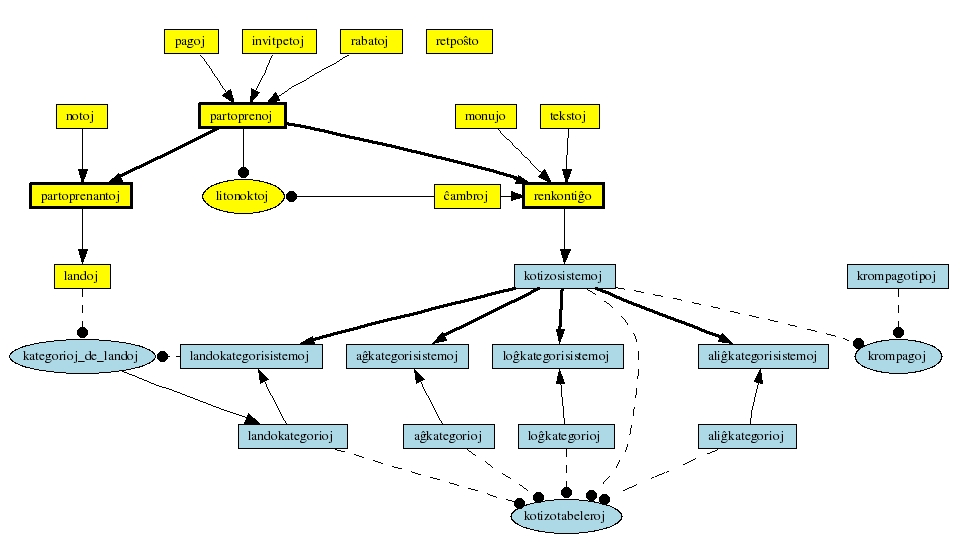
Before: doku/strukturo-kotizosistemo.png, a diagram exported from Graphviz (ePaul/aligilo). Its source is kept beside it as doku/strukturo-kotizosistemo.dot. Its diagram source:
```dot
/*
* datumbaz-strukturo por la nova kotizosistemo
*
* Uzenda per dot (ne neato, fdp, ktp.)
*/

digraph G {

splines=true;

fontsize=10;


node [shape=rect, fillcolor=yellow, style=filled, height=0,
      width=0, fontsize=10 ];

 graph [style=invis];


subgraph Kotizosistemo {
        node [fillcolor=lightblue];

        kategorioj_de_landoj [shape=ellipse];
        kotizotabeleroj[shape=ellipse];


        kategorioj_de_landoj-> landokategorioj;

        kotizosistemoj -> aliĝkategorisistemoj [ weight=2, style=bold];
        kotizosistemoj -> aĝkategorisistemoj [ weight=2, style=bold];
        kotizosistemoj -> loĝkategorisistemoj [ weight=2, style=bold];
        kotizosistemoj -> landokategorisistemoj[weight=2, style=bold];


        edge[dir=back]

        aliĝkategorisistemoj  -> aliĝkategorioj ;
        aĝkategorisistemoj    -> aĝkategorioj   ;
        loĝkategorisistemoj   -> loĝkategorioj  ;
        landokategorisistemoj -> landokategorioj;


        edge [weight=2, style="dashed", dir=forward, arrowhead=dot];

        kotizosistemoj -> kotizotabeleroj;
        aliĝkategorioj -> kotizotabeleroj;
        aĝkategorioj   -> kotizotabeleroj;
        loĝkategorioj  -> kotizotabeleroj;
        landokategorioj-> kotizotabeleroj;

        landokategorisistemoj -> kategorioj_de_landoj [constraint=false];


        krompagoj[shape=ellipse];

        krompagotipoj -> krompagoj;
        kotizosistemoj -> krompagoj;

}

/*
subgraph cluster_entajpantoj {
        node [fillcolor=green];
        entajpantoj;
        protokolo;
        serĉoj -> entajpantoj;
        protokolo -> entajpantoj;

}
*/


/*subgraph isdatumbazo { */
        node [style="bold, filled"]

        partoprenoj;
        renkontiĝo;
        partoprenantoj;

        node [style=filled];

        subgraph cluster_partoprenoj {
                partoprenoj;
                rabatoj;
                invitpetoj;
                pagoj;
                litonoktoj[shape=ellipse];
/*                {rank="same";  partoprenoj; litonoktoj;} */
        }
        subgraph cluster_partoprenantoj {
                partoprenantoj;
                notoj;
                landoj;
        }

        subgraph cluster_renkontigxo {
                tekstoj;
                monujo;
                renkontiĝo;
                ĉambroj;
                {rank=same;
                        renkontiĝo
                        ĉambroj;}
                }


        monujo -> renkontiĝo [weight=3];
        tekstoj -> renkontiĝo [weight=3];
        ĉambroj -> renkontiĝo [weight=3];

        partoprenoj -> partoprenantoj [weight=2, style=bold];
        partoprenoj-> renkontiĝo  [weight=1, style=bold];
        pagoj -> partoprenoj;
        rabatoj -> partoprenoj;
/*        partoprenoj -> notoj[style=invis]; */


        notoj -> partoprenantoj [constraint=true];
        invitpetoj -> partoprenoj;
        partoprenantoj -> landoj;

retpoŝto;


{
edge[arrowhead=dot, arrowtail=none];

ĉambroj -> litonoktoj;
partoprenoj -> litonoktoj;


}


/*ĉambroj -> tekstoj [style=invis]; */


/*
{rank=same;
        notoj;
        partoprenantoj;
}
{rank="same"; entajpantoj; kotizosistemoj; }
{rank="same"; litonoktoj; ĉambroj; partoprenoj;
}

{rank="same";
        monujo;
        renkontiĝo;
        tekstoj;
}
*/

/* tekstoj->loĝkategorisistemoj [style=invis, weight=0.3] /* */


landoj ->kategorioj_de_landoj [style="dashed", arrowtail=none, arrowhead=dot];

renkontiĝo -> kotizosistemoj;


/*
kotizosistemoj -> entajpantoj;

edge [ constraint=false];
notoj->entajpantoj;


entajpantoj->partoprenantoj;

*/



}
```
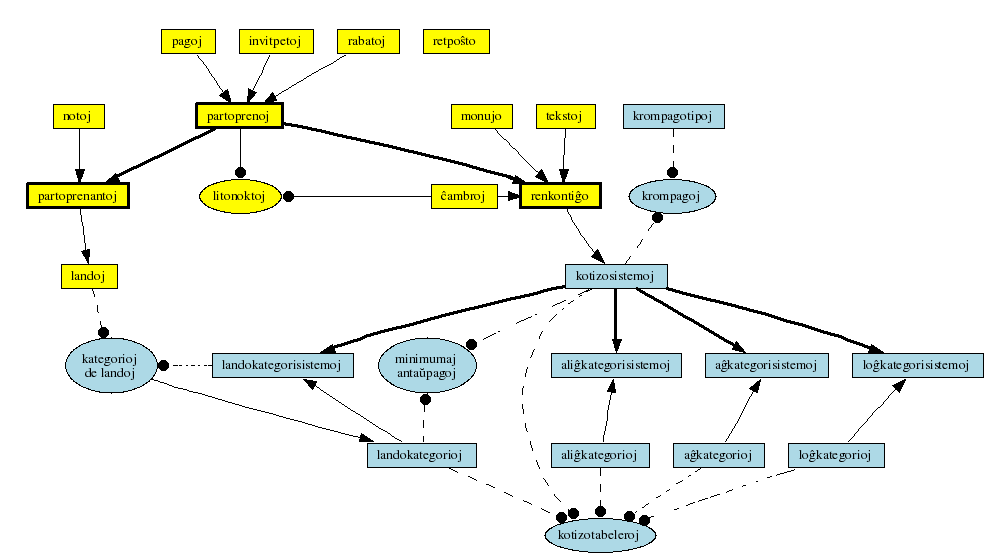
The same diagram one commit later.

Commit message:
nova diagramo

Change to the diagram source:
```diff
@@ -20,8 +20,10 @@
 subgraph Kotizosistemo {
         node [fillcolor=lightblue];
 
-        kategorioj_de_landoj [shape=ellipse];
+        kategorioj_de_landoj [shape=ellipse,label="kategorioj\nde landoj"];
         kotizotabeleroj[shape=ellipse];
+        minimumaj_antaŭpagoj[shape=ellipse, label="minimumaj\nantaŭpagoj"];
+
 
 
         kategorioj_de_landoj-> landokategorioj;
@@ -40,7 +42,12 @@
         landokategorisistemoj -> landokategorioj;
 
 
+
+
         edge [weight=2, style="dashed", dir=forward, arrowhead=dot];
+
+        kotizosistemoj -> minimumaj_antaŭpagoj;
+
 
         kotizosistemoj -> kotizotabeleroj;
         aliĝkategorioj -> kotizotabeleroj;
@@ -54,7 +61,15 @@
         krompagoj[shape=ellipse];
 
         krompagotipoj -> krompagoj;
-        kotizosistemoj -> krompagoj;
+
+/* du inversaj sagoj:*/
+        edge [arrowtail=dot, arrowhead=none];
+        krompagoj -> kotizosistemoj;
+        minimumaj_antaŭpagoj -> landokategorioj ;
+
+
+
+
 
 }
 
```
